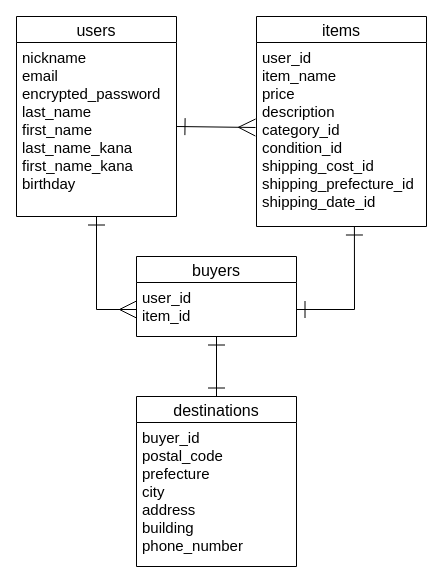
This is app/furima.dio from Kaz051/furima-35591, a draw.io file, before an edit. Source tidied: cells renumbered, new cells numbered last; positions are measured from the earlier drawing's top-left corner, leaving out a move shared by most shapes. Both pictures are drawn from the tidied source at 100%, with x=0, y=0 at pixel (16, 16).
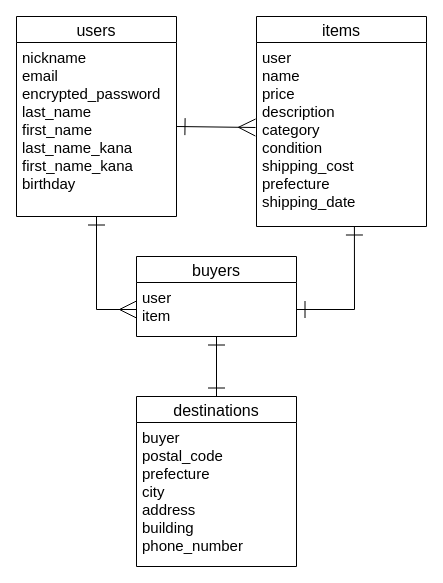
The same page after the edit.

Commit message:
ER図作成修正2

Diff of the diagram source:
```diff
@@
 <mxGraphModel>
   <root>
     <mxCell id="0" />
     <mxCell id="1" parent="0" />
     <mxCell id="2" value="users" style="swimlane;fontStyle=0;horizontal=1;startSize=26;align=center;fontSize=16;" parent="1" vertex="1">
       <mxGeometry width="160" height="200" as="geometry" />
     </mxCell>
     <mxCell id="3" value="nickname&#10;email&#10;encrypted_password&#10;last_name&#10;first_name&#10;last_name_kana&#10;first_name_kana&#10;birthday" style="text;strokeColor=none;fillColor=none;spacingLeft=4;spacingRight=4;overflow=hidden;points=[[0,0.5],[1,0.5]];portConstraint=eastwest;fontSize=15;" parent="2" vertex="1">
       <mxGeometry y="26" width="160" height="174" as="geometry" />
     </mxCell>
     <mxCell id="4" value="items" style="swimlane;fontStyle=0;horizontal=1;startSize=26;align=center;fontSize=16;" parent="1" vertex="1">
       <mxGeometry x="240" width="170" height="210" as="geometry" />
     </mxCell>
-    <mxCell id="5" value="user_id&#10;item_name&#10;price&#10;description&#10;category_id&#10;condition_id&#10;shipping_cost_id&#10;shipping_prefecture_id&#10;shipping_date_id" style="text;strokeColor=none;fillColor=none;spacingLeft=4;spacingRight=4;overflow=hidden;points=[[0,0.5],[1,0.5]];portConstraint=eastwest;fontSize=15;" parent="4" vertex="1">
+    <mxCell id="5" value="user&#10;name&#10;price&#10;description&#10;category&#10;condition&#10;shipping_cost&#10;prefecture&#10;shipping_date" style="text;strokeColor=none;fillColor=none;spacingLeft=4;spacingRight=4;overflow=hidden;points=[[0,0.5],[1,0.5]];portConstraint=eastwest;fontSize=15;" parent="4" vertex="1">
       <mxGeometry y="26" width="170" height="184" as="geometry" />
     </mxCell>
     <mxCell id="6" value="buyers" style="swimlane;fontStyle=0;horizontal=1;startSize=26;align=center;fontSize=16;" parent="1" vertex="1">
       <mxGeometry x="120" y="240" width="160" height="80" as="geometry" />
     </mxCell>
-    <mxCell id="7" value="user_id&#10;item_id" style="text;strokeColor=none;fillColor=none;spacingLeft=4;spacingRight=4;overflow=hidden;points=[[0,0.5],[1,0.5]];portConstraint=eastwest;fontSize=15;" parent="6" vertex="1">
+    <mxCell id="7" value="user&#10;item" style="text;strokeColor=none;fillColor=none;spacingLeft=4;spacingRight=4;overflow=hidden;points=[[0,0.5],[1,0.5]];portConstraint=eastwest;fontSize=15;" parent="6" vertex="1">
       <mxGeometry y="26" width="160" height="54" as="geometry" />
     </mxCell>
     <mxCell id="8" style="edgeStyle=none;rounded=0;jettySize=auto;html=1;exitX=0.5;exitY=0;exitDx=0;exitDy=0;startArrow=ERone;startFill=0;startSize=15;endArrow=ERone;endFill=0;endSize=15;" parent="1" edge="1" source="9" target="7">
       <mxGeometry relative="1" as="geometry" />
     </mxCell>
     <mxCell id="9" value="destinations" style="swimlane;fontStyle=0;horizontal=1;startSize=26;align=center;fontSize=16;" parent="1" vertex="1">
       <mxGeometry x="120" y="380" width="160" height="170" as="geometry" />
     </mxCell>
-    <mxCell id="10" value="buyer_id &#10;postal_code&#10;prefecture&#10;city&#10;address&#10;building&#10;phone_number" style="text;strokeColor=none;fillColor=none;spacingLeft=4;spacingRight=4;overflow=hidden;fontSize=15;" parent="9" vertex="1">
+    <mxCell id="10" value="buyer &#10;postal_code&#10;prefecture&#10;city&#10;address&#10;building&#10;phone_number" style="text;strokeColor=none;fillColor=none;spacingLeft=4;spacingRight=4;overflow=hidden;fontSize=15;" parent="9" vertex="1">
       <mxGeometry y="26" width="160" height="144" as="geometry" />
     </mxCell>
     <mxCell id="11" style="edgeStyle=none;rounded=0;jettySize=auto;html=1;entryX=-0.006;entryY=0.462;entryDx=0;entryDy=0;entryPerimeter=0;startArrow=ERone;startFill=0;endSize=15;startSize=15;endArrow=ERmany;endFill=0;" parent="1" edge="1" target="5">
       <mxGeometry relative="1" as="geometry">
         <mxPoint x="160" y="110" as="sourcePoint" />
       </mxGeometry>
     </mxCell>
     <mxCell id="12" style="edgeStyle=none;rounded=0;jettySize=auto;html=1;exitX=0;exitY=0.5;exitDx=0;exitDy=0;startArrow=ERmany;startFill=0;startSize=15;endArrow=ERone;endFill=0;endSize=15;" parent="1" edge="1" source="7" target="3">
       <mxGeometry relative="1" as="geometry">
         <Array as="points">
           <mxPoint x="80" y="293" />
         </Array>
       </mxGeometry>
     </mxCell>
     <mxCell id="13" style="edgeStyle=none;rounded=0;jettySize=auto;html=1;exitX=1;exitY=0.5;exitDx=0;exitDy=0;entryX=0.576;entryY=1;entryDx=0;entryDy=0;entryPerimeter=0;startArrow=ERone;startFill=0;startSize=15;endArrow=ERone;endFill=0;endSize=15;" parent="1" edge="1" source="7" target="5">
       <mxGeometry relative="1" as="geometry">
         <Array as="points">
           <mxPoint x="338" y="293" />
         </Array>
       </mxGeometry>
     </mxCell>
   </root>
 </mxGraphModel>
```
